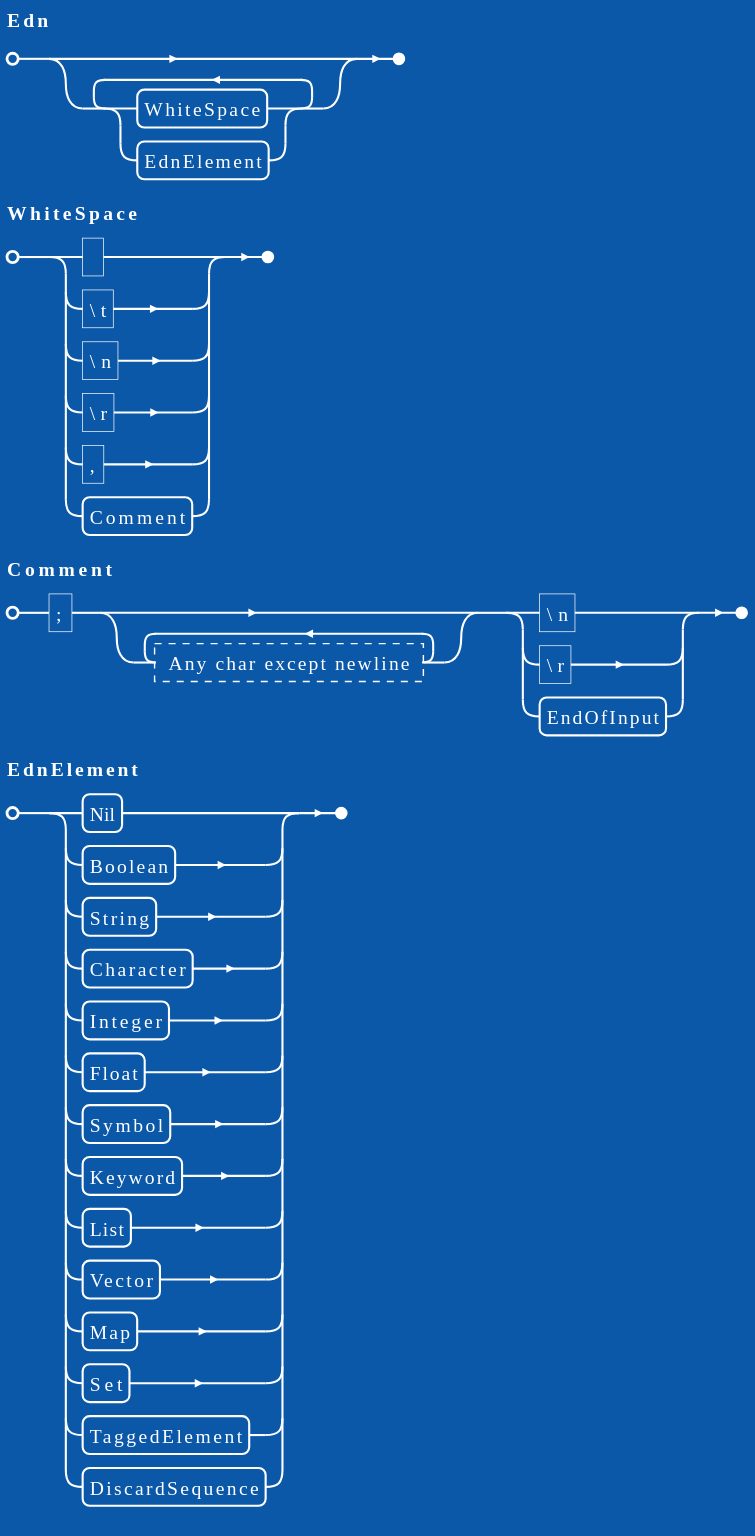
The PlantUML diagram docs/grammar/edn_document_ebnf.svg in DotFox/edn.c, before a commit. Its diagram source:
```plantuml
@startebnf
!theme amiga

Edn = { WhiteSpace | EdnElement } ;

WhiteSpace = " " | "\t" | "\n" | "\r" | "," | Comment ;

Comment = ";" , { ? Any char except newline ? } , ( "\n" | "\r" | EndOfInput ) ;

EdnElement = Nil
           | Boolean
           | String
           | Character
           | Integer
           | Float
           | Symbol
           | Keyword
           | List
           | Vector
           | Map
           | Set
           | TaggedElement
           | DiscardSequence ;
@endebnf
```
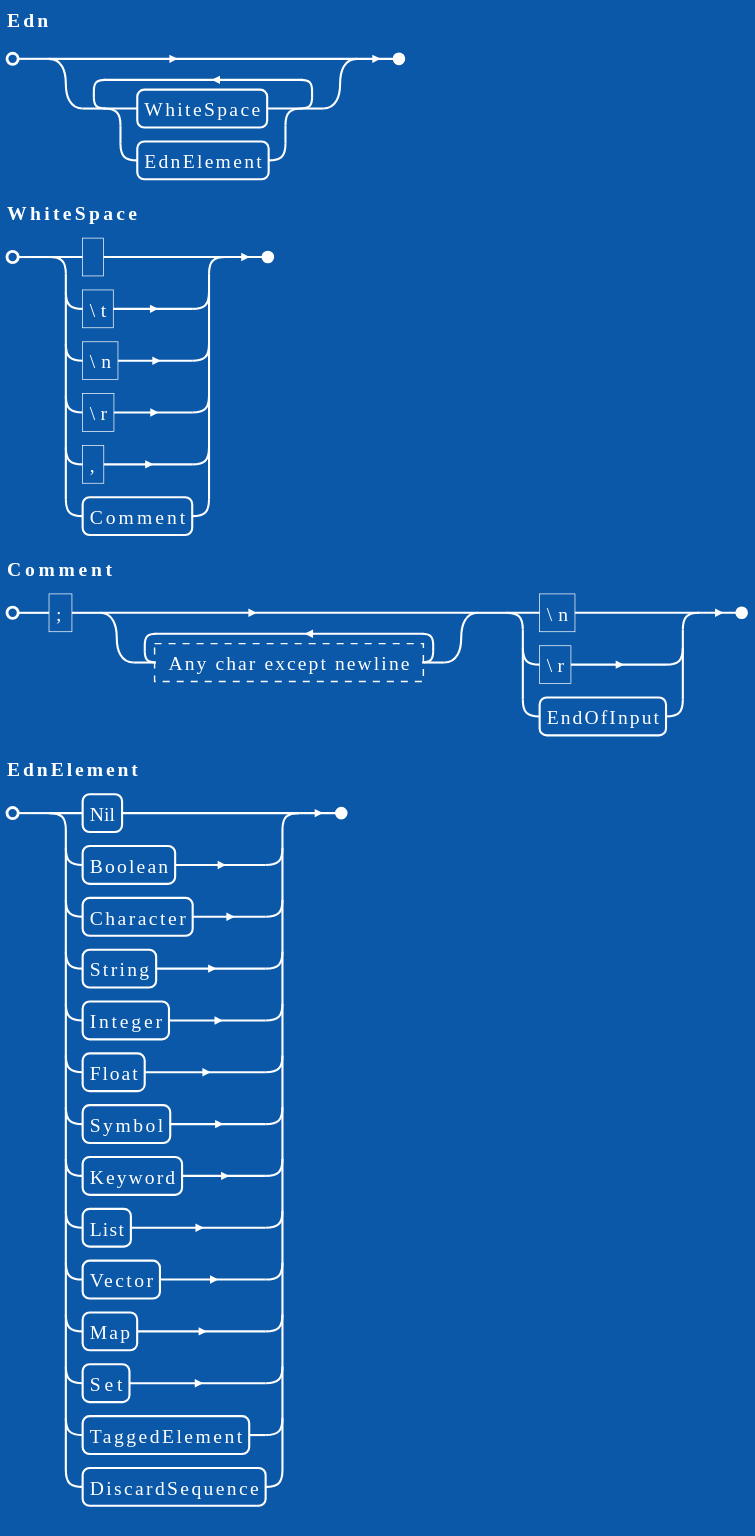
The same file after the commit.

Change to the diagram source:
```diff
@@ -9,8 +9,8 @@
 
 EdnElement = Nil
            | Boolean
+           | Character
            | String
-           | Character
            | Integer
            | Float
            | Symbol
```
